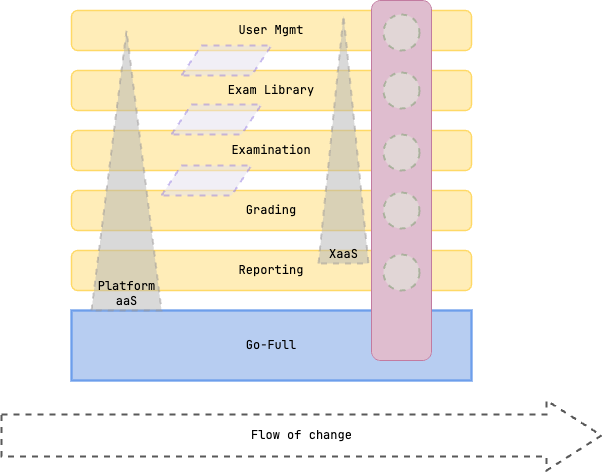
Earlier version of the draw.io export docs/docs/system/domain_modelling/_img/kata_team_topology.drawio.png (cooperlutz/go-full). Source tidied: cells renumbered, new cells last; positions are measured from the earlier drawing's top-left corner, leaving out a move shared by most shapes.
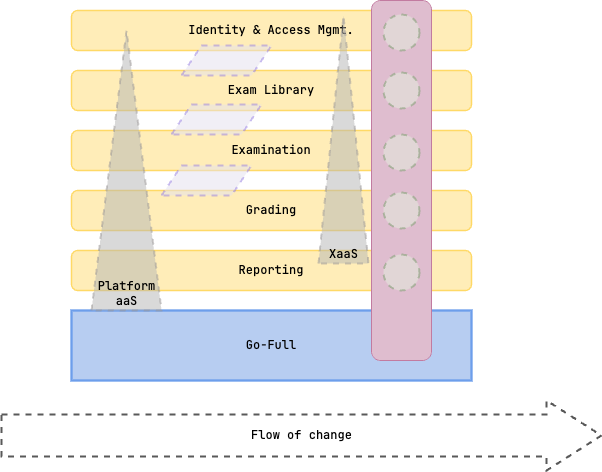
The same file after the commit.

Diff of the diagram source:
```diff
@@ -17,7 +17,7 @@
     <mxCell id="6" value="Exam Library" style="shape=(stored shape, 352 characters);whiteSpace=wrap;html=1;strokeWidth=2;fillColor=#FFEDB8;strokeColor=#FFD966;fontFamily=JetBrains Mono;" parent="1" vertex="1">
       <mxGeometry x="70" y="70" width="400" height="40" as="geometry" />
     </mxCell>
-    <mxCell id="7" value="User Mgmt" style="shape=(stored shape, 352 characters);whiteSpace=wrap;html=1;strokeWidth=2;fillColor=#FFEDB8;strokeColor=#FFD966;fontFamily=JetBrains Mono;" parent="1" vertex="1">
+    <mxCell id="7" value="Identity &amp;amp; Access Mgmt." style="shape=(stored shape, 352 characters);whiteSpace=wrap;html=1;strokeWidth=2;fillColor=#FFEDB8;strokeColor=#FFD966;fontFamily=JetBrains Mono;" parent="1" vertex="1">
       <mxGeometry x="70" y="10" width="400" height="40" as="geometry" />
     </mxCell>
     <mxCell id="8" style="shape=(stored shape, 344 characters);whiteSpace=wrap;html=1;rotation=0;fontColor=#000000;strokeColor=#C9DFBE;fillColor=#C9DFBE;fontFamily=JetBrains Mono;" parent="1" vertex="1">
```
